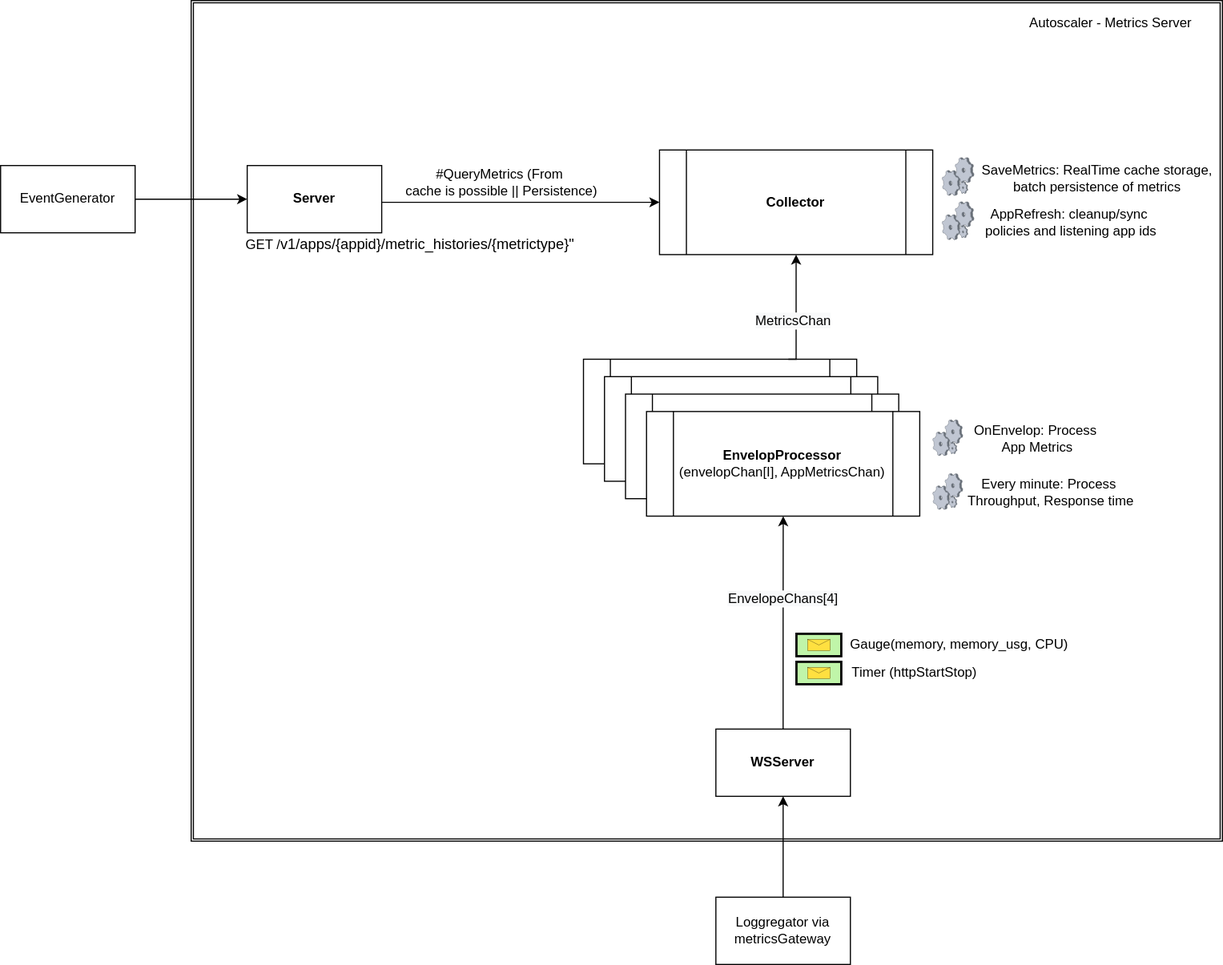
This is docs/metrics_server.svg from cloudfoundry/app-autoscaler-release, a draw.io export, as it was before one commit. Source tidied: cells renumbered, new cells last; positions are measured from the earlier drawing's top-left corner, leaving out a move shared by most shapes.
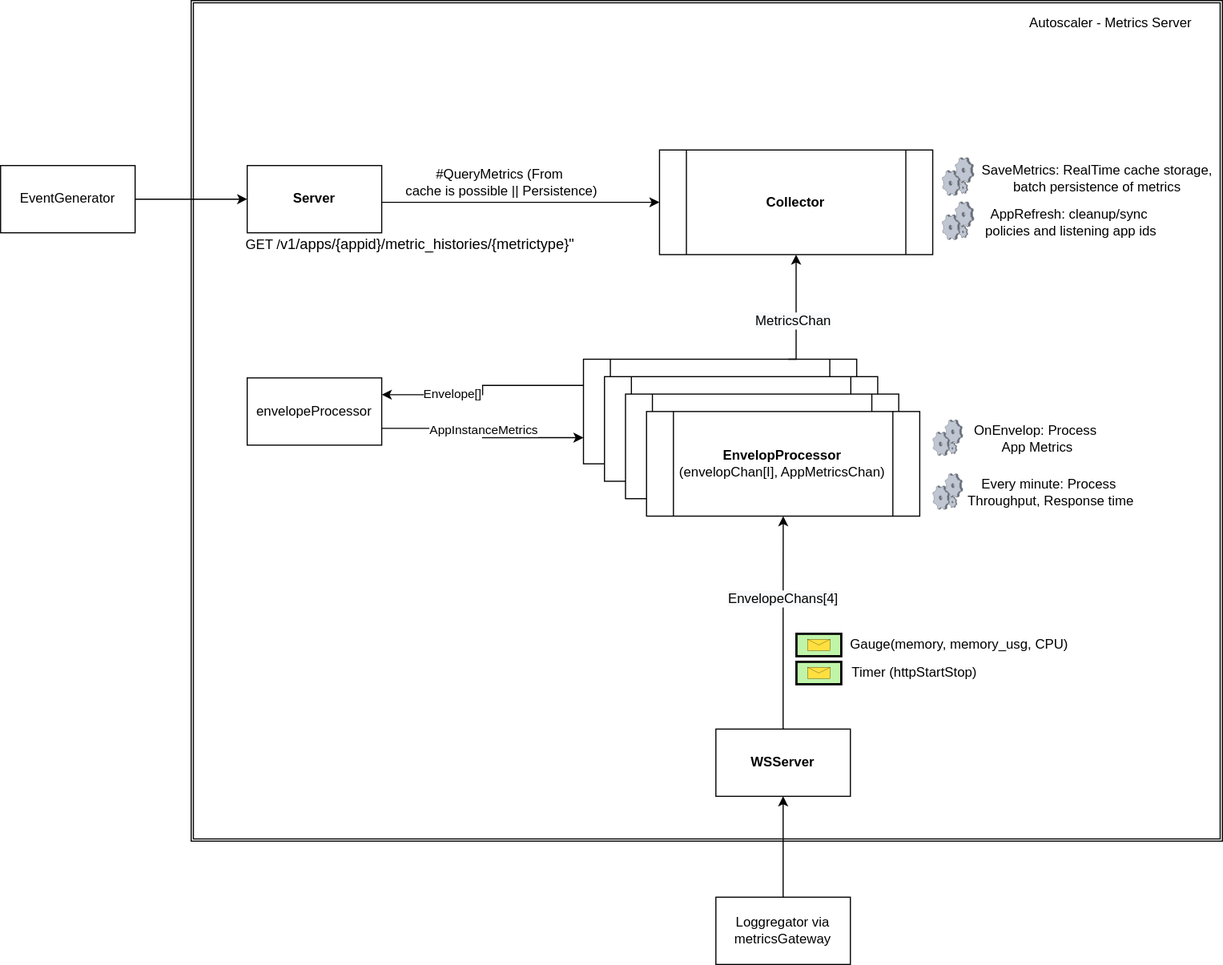
The same diagram one commit later.

Commit message:
Refactor envelope processor

What changed in the source:
```diff
@@ -119,5 +119,22 @@
     <mxCell id="37" value="GET /&lt;span style=&quot;font-size: 9.8pt&quot;&gt;v1/apps/{appid}/metric_histories/{metrictype}&quot;&lt;/span&gt;" style="text;html=1;align=center;verticalAlign=middle;strokeColor=none;fillColor=none;" parent="35" vertex="1">
       <mxGeometry y="60" width="310" height="20" as="geometry" />
     </mxCell>
+    <mxCell id="38" style="edgeStyle=orthogonalEdgeStyle;rounded=0;jettySize=auto;html=1;exitX=1;exitY=0.75;exitDx=0;exitDy=0;entryX=0;entryY=0.75;entryDx=0;entryDy=0;" parent="1" edge="1" source="40" target="4">
+      <mxGeometry relative="1" as="geometry" />
+    </mxCell>
+    <mxCell id="39" value="AppInstanceMetrics" style="edgeLabel;html=1;align=center;verticalAlign=middle;" parent="38" vertex="1">
+      <mxGeometry x="-0.49" y="3" relative="1" as="geometry">
+        <mxPoint x="42" y="4" as="offset" />
+      </mxGeometry>
+    </mxCell>
+    <mxCell id="40" value="envelopeProcessor" style="rounded=0;whiteSpace=wrap;html=1;" parent="1" vertex="1">
+      <mxGeometry x="220" y="336.7" width="120" height="60" as="geometry" />
+    </mxCell>
+    <mxCell id="41" style="edgeStyle=orthogonalEdgeStyle;rounded=0;jettySize=auto;html=1;exitX=0;exitY=0.25;exitDx=0;exitDy=0;entryX=1;entryY=0.25;entryDx=0;entryDy=0;" parent="1" edge="1" source="4" target="40">
+      <mxGeometry relative="1" as="geometry" />
+    </mxCell>
+    <mxCell id="42" value="Envelope[]" style="edgeLabel;html=1;align=center;verticalAlign=middle;" parent="41" vertex="1">
+      <mxGeometry x="0.34" y="-1" relative="1" as="geometry" />
+    </mxCell>
   </root>
 </mxGraphModel>
```
